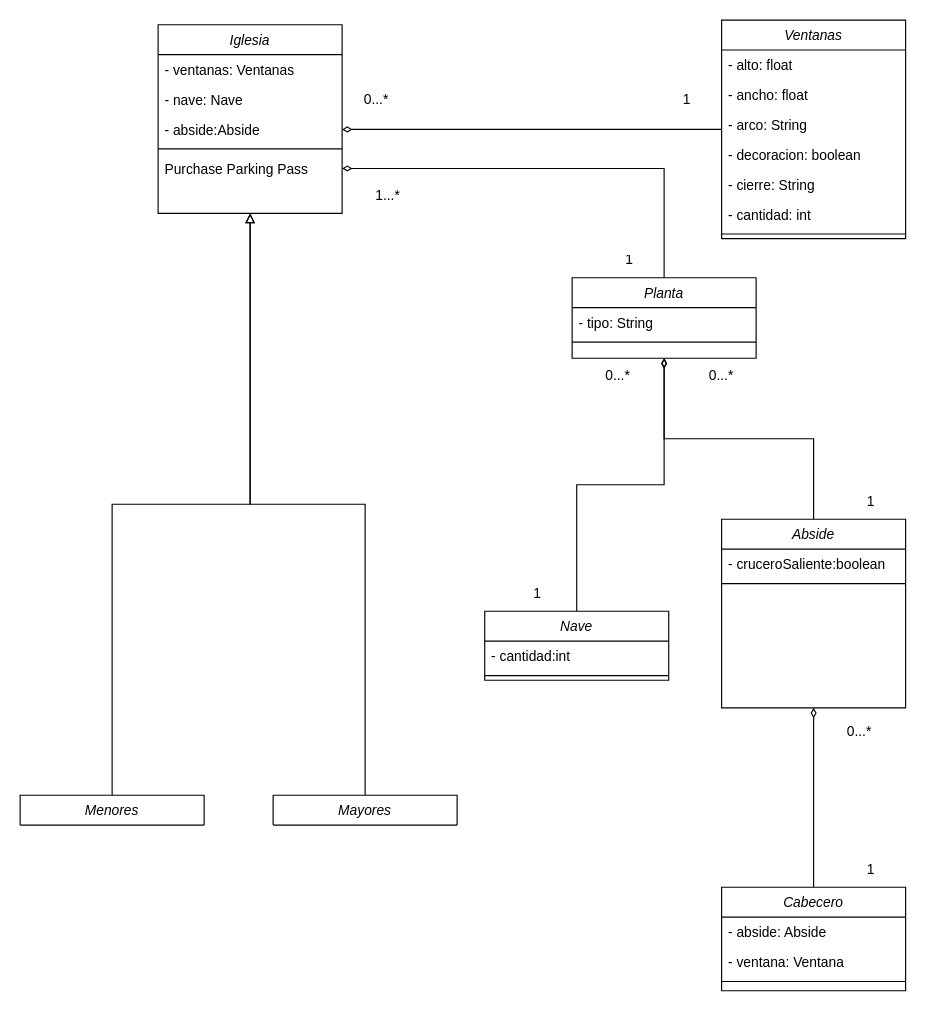
The draw.io diagram Entornos/Tema 05/iglesias.drawio in vjp-rosangelaRC/Netbeans, before the edit. Source tidied: cells renumbered, new cells numbered last; positions are measured from the earlier drawing's top-left corner, leaving out a move shared by most shapes. Both pictures are drawn from the tidied source at 115%, with x=0, y=0 at pixel (20, 20).
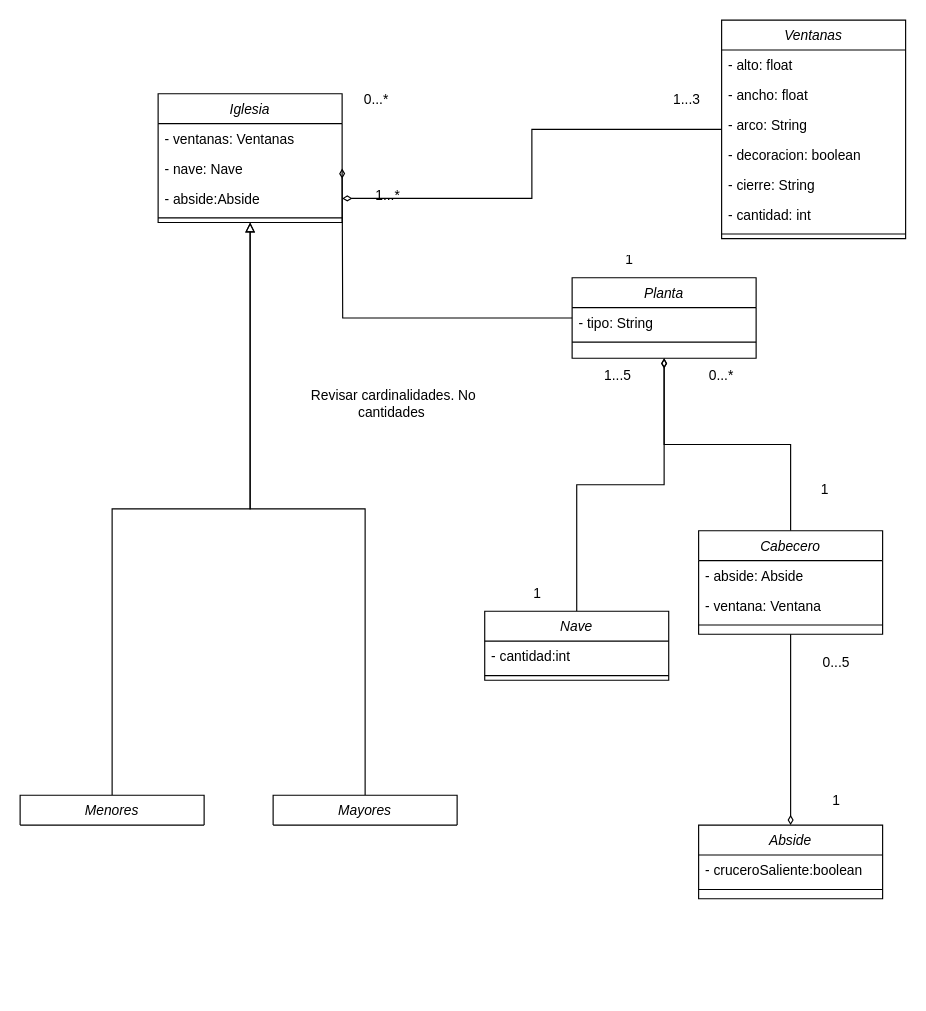
After the change.

Commit message (it also covers changes not shown here):
Entornos - arreglado Iglesias

The change refers to these unchanged cells:
```xml
<mxCell id="26" value="Planta" style="swimlane;fontStyle=2;align=center;verticalAlign=top;horizontal=1;startSize=26;rounded=0;shadow=0;strokeWidth=1;" parent="1" vertex="1">
  <mxGeometry x="480" y="224" width="160" height="70" as="geometry" />
</mxCell>
```

The edit, as a diff of the source:
```diff
@@
     <mxCell id="2" value="Iglesia" style="swimlane;fontStyle=2;align=center;verticalAlign=top;horizontal=1;startSize=26;rounded=0;shadow=0;strokeWidth=1;" parent="1" vertex="1">
-      <mxGeometry x="120" y="4" width="160" height="164" as="geometry" />
+      <mxGeometry x="120" y="64" width="160" height="112" as="geometry" />
     </mxCell>
@@
-    <mxCell id="7" value="Purchase Parking Pass" style="text;align=left;verticalAlign=top;spacingLeft=4;spacingRight=4;overflow=hidden;points=[[0,0.5],[1,0.5]];portConstraint=eastwest;" parent="2" vertex="1">
-      <mxGeometry y="112" width="160" height="26" as="geometry" />
-    </mxCell>
@@
-    <mxCell id="25" style="edgeStyle=orthogonalEdgeStyle;rounded=0;jettySize=auto;html=1;entryX=1;entryY=0.5;entryDx=0;entryDy=0;endArrow=diamondThin;endFill=0;" parent="1" edge="1" source="26" target="7">
-      <mxGeometry relative="1" as="geometry" />
+    <mxCell id="25" style="edgeStyle=orthogonalEdgeStyle;rounded=0;jettySize=auto;html=1;entryX=1;entryY=0.5;entryDx=0;entryDy=0;endArrow=diamondThin;endFill=0;" parent="1" edge="1" source="26">
+      <mxGeometry relative="1" as="geometry">
+        <mxPoint x="280" y="129" as="targetPoint" />
+      </mxGeometry>
     </mxCell>
@@
-    <mxCell id="29" style="edgeStyle=orthogonalEdgeStyle;rounded=0;jettySize=auto;html=1;entryX=0.5;entryY=1;entryDx=0;entryDy=0;endArrow=diamondThin;endFill=0;" parent="1" edge="1" source="30" target="26">
-      <mxGeometry relative="1" as="geometry" />
-    </mxCell>
     <mxCell id="30" value="Abside" style="swimlane;fontStyle=2;align=center;verticalAlign=top;horizontal=1;startSize=26;rounded=0;shadow=0;strokeWidth=1;" parent="1" vertex="1">
-      <mxGeometry x="610" y="434" width="160" height="164" as="geometry" />
+      <mxGeometry x="590" y="700" width="160" height="64" as="geometry" />
     </mxCell>
@@
-    <mxCell id="33" style="edgeStyle=orthogonalEdgeStyle;rounded=0;jettySize=auto;html=1;endArrow=diamondThin;endFill=0;entryX=0.5;entryY=1;entryDx=0;entryDy=0;" parent="1" edge="1" source="34" target="30">
+    <mxCell id="33" style="edgeStyle=orthogonalEdgeStyle;rounded=0;jettySize=auto;html=1;endArrow=diamondThin;endFill=0;entryX=0.5;entryY=0;entryDx=0;entryDy=0;" parent="1" edge="1" source="34" target="30">
       <mxGeometry relative="1" as="geometry" />
     </mxCell>
+    <mxCell id="48" style="edgeStyle=orthogonalEdgeStyle;rounded=0;jettySize=auto;html=1;entryX=0.5;entryY=1;entryDx=0;entryDy=0;endArrow=diamondThin;endFill=0;" parent="1" edge="1" source="34" target="26">
+      <mxGeometry relative="1" as="geometry" />
+    </mxCell>
     <mxCell id="34" value="Cabecero" style="swimlane;fontStyle=2;align=center;verticalAlign=top;horizontal=1;startSize=26;rounded=0;shadow=0;strokeWidth=1;" parent="1" vertex="1">
-      <mxGeometry x="610" y="754" width="160" height="90" as="geometry" />
+      <mxGeometry x="590" y="444" width="160" height="90" as="geometry" />
     </mxCell>
@@
-    <mxCell id="38" value="1" style="text;html=1;strokeColor=none;fillColor=none;align=center;verticalAlign=middle;whiteSpace=wrap;rounded=0;" parent="1" vertex="1">
+    <mxCell id="38" value="1...3" style="text;html=1;strokeColor=none;fillColor=none;align=center;verticalAlign=middle;whiteSpace=wrap;rounded=0;" parent="1" vertex="1">
       <mxGeometry x="550" y="54" width="60" height="30" as="geometry" />
     </mxCell>
@@
-    <mxCell id="43" value="0...*" style="text;html=1;strokeColor=none;fillColor=none;align=center;verticalAlign=middle;whiteSpace=wrap;rounded=0;" parent="1" vertex="1">
+    <mxCell id="43" value="1...5" style="text;html=1;strokeColor=none;fillColor=none;align=center;verticalAlign=middle;whiteSpace=wrap;rounded=0;" parent="1" vertex="1">
       <mxGeometry x="490" y="294" width="60" height="30" as="geometry" />
     </mxCell>
     <mxCell id="44" value="1" style="text;html=1;strokeColor=none;fillColor=none;align=center;verticalAlign=middle;whiteSpace=wrap;rounded=0;" parent="1" vertex="1">
-      <mxGeometry x="710" y="404" width="60" height="30" as="geometry" />
+      <mxGeometry x="670" y="394" width="60" height="30" as="geometry" />
     </mxCell>
@@
     <mxCell id="46" value="1" style="text;html=1;strokeColor=none;fillColor=none;align=center;verticalAlign=middle;whiteSpace=wrap;rounded=0;" parent="1" vertex="1">
-      <mxGeometry x="710" y="724" width="60" height="30" as="geometry" />
+      <mxGeometry x="680" y="664" width="60" height="30" as="geometry" />
     </mxCell>
-    <mxCell id="47" value="0...*" style="text;html=1;strokeColor=none;fillColor=none;align=center;verticalAlign=middle;whiteSpace=wrap;rounded=0;" parent="1" vertex="1">
-      <mxGeometry x="700" y="604" width="60" height="30" as="geometry" />
+    <mxCell id="47" value="0...5" style="text;html=1;strokeColor=none;fillColor=none;align=center;verticalAlign=middle;whiteSpace=wrap;rounded=0;" parent="1" vertex="1">
+      <mxGeometry x="680" y="544" width="60" height="30" as="geometry" />
     </mxCell>
+    <mxCell id="49" value="Revisar cardinalidades. No cantidades&amp;nbsp;" style="text;html=1;strokeColor=none;fillColor=none;align=center;verticalAlign=middle;whiteSpace=wrap;rounded=0;" parent="1" vertex="1">
+      <mxGeometry x="220" y="304" width="210" height="60" as="geometry" />
+    </mxCell>
```
